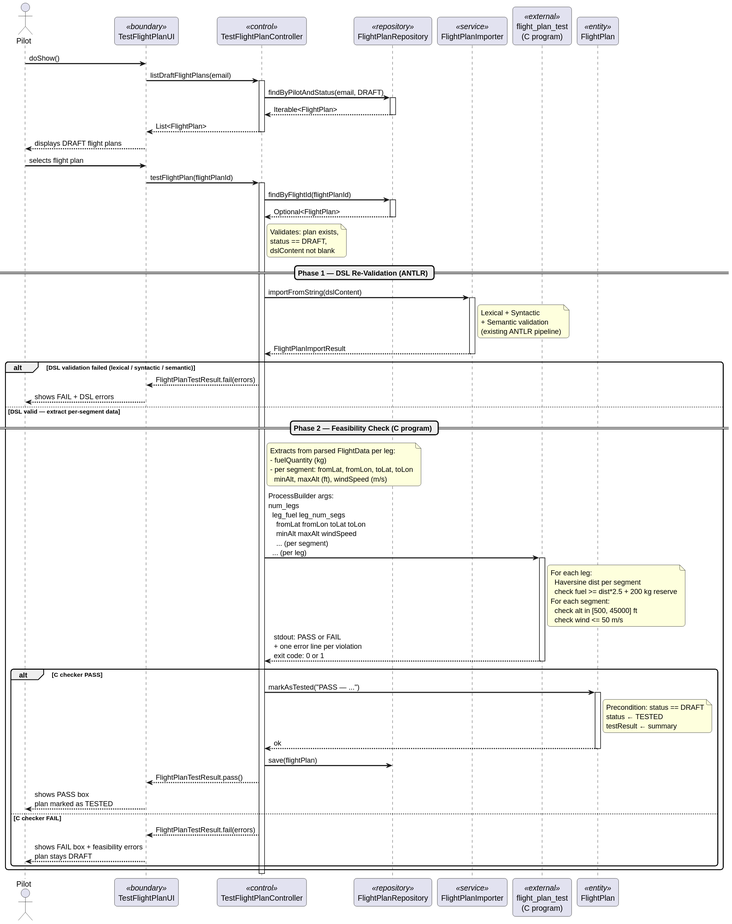
This is docs/Sprint 3/EAPLI/US085/svg/US085-sequence-diagram.svg from DuartePinto1240/sem4pi2526-sem4pi2526_2da2, a PlantUML export, as it was before one commit.
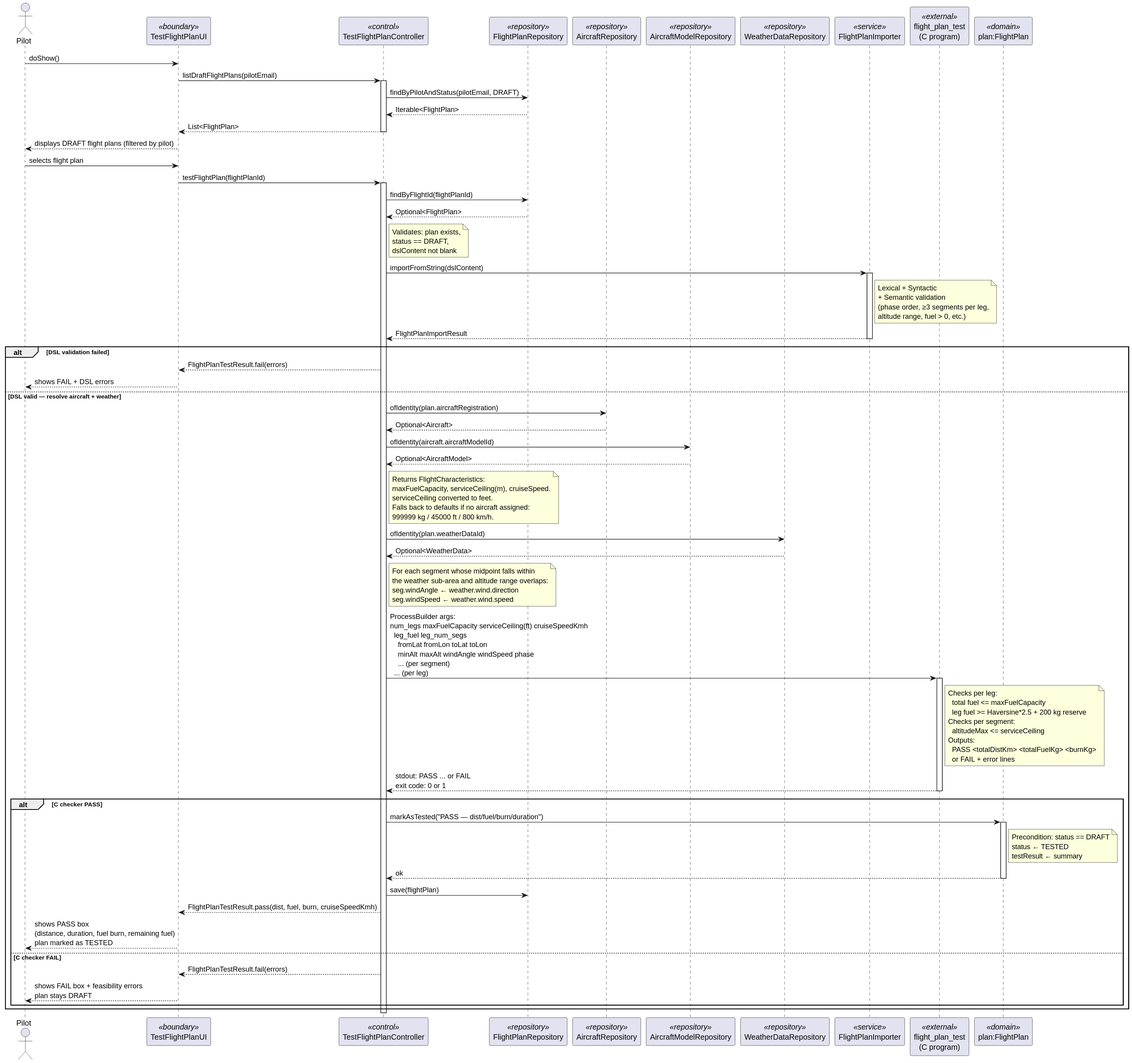
After the commit.

What changed in the source:
```diff
@@ -1,35 +1,32 @@
 @startuml
-skinparam sequenceArrowThickness 2
-skinparam roundcorner 10
-
-actor Pilot as P
+actor Pilot
 participant TestFlightPlanUI as UI <<boundary>>
 participant TestFlightPlanController as CTRL <<control>>
 participant FlightPlanRepository as REPO <<repository>>
+participant AircraftRepository as AREPO <<repository>>
+participant AircraftModelRepository as MREPO <<repository>>
+participant WeatherDataRepository as WREPO <<repository>>
 participant FlightPlanImporter as IMPORTER <<service>>
 participant "flight_plan_test\n(C program)" as C <<external>>
-participant FlightPlan as FP <<entity>>
+participant "plan:FlightPlan" as FP <<domain>>
 
-P -> UI : doShow()
-UI -> CTRL : listDraftFlightPlans(email)
+Pilot -> UI : doShow()
+
+UI -> CTRL : listDraftFlightPlans(pilotEmail)
 activate CTRL
-CTRL -> REPO : findByPilotAndStatus(email, DRAFT)
-activate REPO
+CTRL -> REPO : findByPilotAndStatus(pilotEmail, DRAFT)
 REPO --> CTRL : Iterable<FlightPlan>
-deactivate REPO
 CTRL --> UI : List<FlightPlan>
 deactivate CTRL
 
-UI --> P : displays DRAFT flight plans
-P -> UI : selects flight plan
+UI --> Pilot : displays DRAFT flight plans (filtered by pilot)
+Pilot -> UI : selects flight plan
 
 UI -> CTRL : testFlightPlan(flightPlanId)
 activate CTRL
 
 CTRL -> REPO : findByFlightId(flightPlanId)
-activate REPO
 REPO --> CTRL : Optional<FlightPlan>
-deactivate REPO
 
 note right of CTRL
   Validates: plan exists,
@@ -37,47 +34,60 @@
   dslContent not blank
 end note
 
-== Phase 1 — DSL Re-Validation (ANTLR) ==
-
 CTRL -> IMPORTER : importFromString(dslContent)
 activate IMPORTER
 note right of IMPORTER
   Lexical + Syntactic
   + Semantic validation
-  (existing ANTLR pipeline)
+  (phase order, ≥3 segments per leg,
+  altitude range, fuel > 0, etc.)
 end note
 IMPORTER --> CTRL : FlightPlanImportResult
 deactivate IMPORTER
 
-alt DSL validation failed (lexical / syntactic / semantic)
+alt DSL validation failed
   CTRL --> UI : FlightPlanTestResult.fail(errors)
-  UI --> P : shows FAIL + DSL errors
-else DSL valid — extract per-segment data
+  UI --> Pilot : shows FAIL + DSL errors
+else DSL valid — resolve aircraft + weather
 
-  == Phase 2 — Feasibility Check (C program) ==
-
+  CTRL -> AREPO : ofIdentity(plan.aircraftRegistration)
+  AREPO --> CTRL : Optional<Aircraft>
+  CTRL -> MREPO : ofIdentity(aircraft.aircraftModelId)
+  MREPO --> CTRL : Optional<AircraftModel>
   note right of CTRL
-    Extracts from parsed FlightData per leg:
-    - fuelQuantity (kg)
-    - per segment: fromLat, fromLon, toLat, toLon
-      minAlt, maxAlt (ft), windSpeed (m/s)
+    Returns FlightCharacteristics:
+    maxFuelCapacity, serviceCeiling(m), cruiseSpeed.
+    serviceCeiling converted to feet.
+    Falls back to defaults if no aircraft assigned:
+    999999 kg / 45000 ft / 800 km/h.
   end note
 
-  CTRL -> C : ProcessBuilder args:\nnum_legs\n  leg_fuel leg_num_segs\n    fromLat fromLon toLat toLon\n    minAlt maxAlt windSpeed\n    ... (per segment)\n  ... (per leg)
+  CTRL -> WREPO : ofIdentity(plan.weatherDataId)
+  WREPO --> CTRL : Optional<WeatherData>
+  note right of CTRL
+    For each segment whose midpoint falls within
+    the weather sub-area and altitude range overlaps:
+    seg.windAngle ← weather.wind.direction
+    seg.windSpeed ← weather.wind.speed
+  end note
+
+  CTRL -> C : ProcessBuilder args:\nnum_legs maxFuelCapacity serviceCeiling(ft) cruiseSpeedKmh\n  leg_fuel leg_num_segs\n    fromLat fromLon toLat toLon\n    minAlt maxAlt windAngle windSpeed phase\n    ... (per segment)\n  ... (per leg)
   activate C
   note right of C
-    For each leg:
-      Haversine dist per segment
-      check fuel >= dist*2.5 + 200 kg reserve
-    For each segment:
-      check alt in [500, 45000] ft
-      check wind <= 50 m/s
+    Checks per leg:
+      total fuel <= maxFuelCapacity
+      leg fuel >= Haversine*2.5 + 200 kg reserve
+    Checks per segment:
+      altitudeMax <= serviceCeiling
+    Outputs:
+      PASS <totalDistKm> <totalFuelKg> <burnKg>
+      or FAIL + error lines
   end note
-  C --> CTRL : stdout: PASS or FAIL\n+ one error line per violation\nexit code: 0 or 1
+  C --> CTRL : stdout: PASS ... or FAIL\nexit code: 0 or 1
   deactivate C
 
   alt C checker PASS
-    CTRL -> FP : markAsTested("PASS — ...")
+    CTRL -> FP : markAsTested("PASS — dist/fuel/burn/duration")
     activate FP
     note right of FP
       Precondition: status == DRAFT
@@ -87,11 +97,11 @@
     FP --> CTRL : ok
     deactivate FP
     CTRL -> REPO : save(flightPlan)
-    CTRL --> UI : FlightPlanTestResult.pass()
-    UI --> P : shows PASS box\nplan marked as TESTED
+    CTRL --> UI : FlightPlanTestResult.pass(dist, fuel, burn, cruiseSpeedKmh)
+    UI --> Pilot : shows PASS box\n(distance, duration, fuel burn, remaining fuel)\nplan marked as TESTED
   else C checker FAIL
     CTRL --> UI : FlightPlanTestResult.fail(errors)
-    UI --> P : shows FAIL box + feasibility errors\nplan stays DRAFT
+    UI --> Pilot : shows FAIL box + feasibility errors\nplan stays DRAFT
   end
 end
 
```
